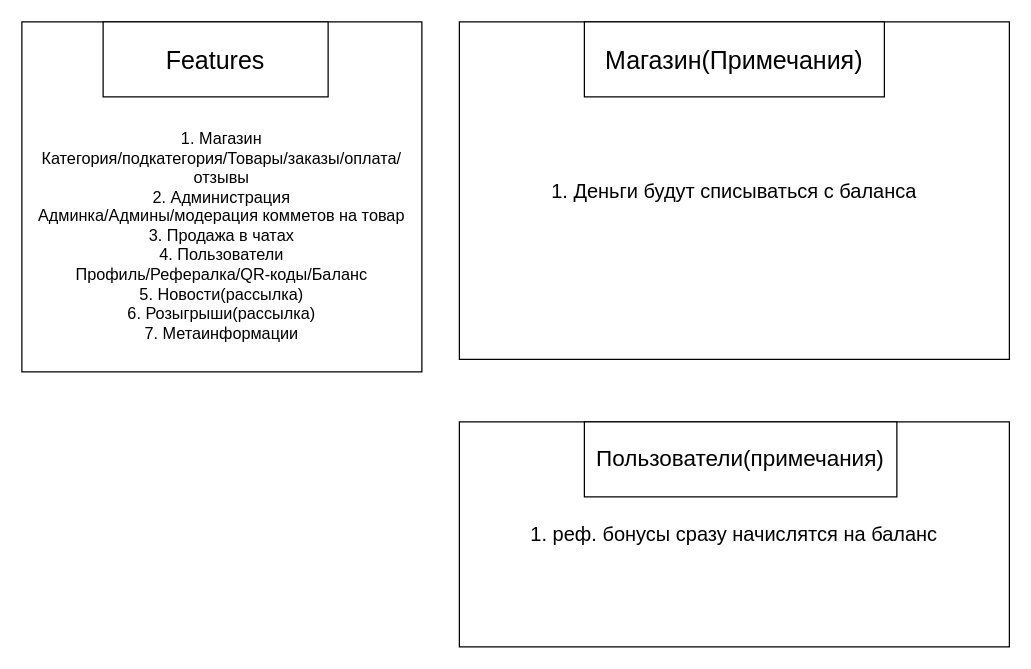
Before: online_store_bot.drawio in Astro-edu-python/online_store_bot, a draw.io diagram. Source tidied: cells renumbered, new cells numbered last; positions are measured from the earlier drawing's top-left corner, leaving out a move shared by most shapes. Both pictures are drawn from the tidied source at 125%, with x=0, y=0 at pixel (21, 21).
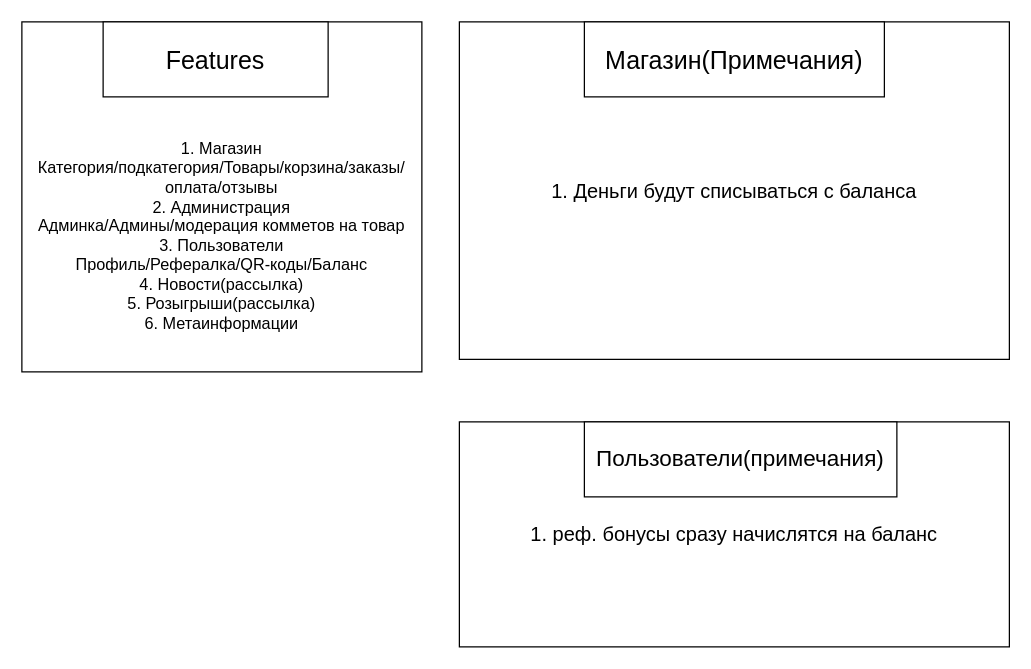
Above is the later version.

What changed in the source:
```diff
@@
 <mxGraphModel>
   <root>
     <mxCell id="0" />
     <mxCell id="1" parent="0" />
-    <mxCell id="2" value="&lt;div style=&quot;font-size: 13px;&quot;&gt;&lt;font style=&quot;font-size: 13px;&quot;&gt;&lt;br&gt;&lt;/font&gt;&lt;/div&gt;&lt;div style=&quot;font-size: 13px;&quot;&gt;&lt;font style=&quot;font-size: 13px;&quot;&gt;&lt;br&gt;&lt;/font&gt;&lt;/div&gt;&lt;div style=&quot;font-size: 13px;&quot;&gt;&lt;font style=&quot;font-size: 13px;&quot;&gt;&lt;br&gt;&lt;/font&gt;&lt;/div&gt;&lt;div style=&quot;font-size: 13px;&quot;&gt;&lt;font style=&quot;font-size: 13px;&quot;&gt;&lt;br&gt;&lt;/font&gt;&lt;/div&gt;&lt;div style=&quot;font-size: 13px;&quot;&gt;&lt;font style=&quot;font-size: 13px;&quot;&gt;1. Магазин&lt;/font&gt;&lt;/div&gt;&lt;div style=&quot;font-size: 13px;&quot;&gt;&lt;font style=&quot;font-size: 13px;&quot;&gt;Категория/подкатегория/Товары/заказы/оплата/отзывы&lt;/font&gt;&lt;/div&gt;&lt;div style=&quot;font-size: 13px;&quot;&gt;&lt;font style=&quot;font-size: 13px;&quot;&gt;2. Администрация&lt;/font&gt;&lt;/div&gt;&lt;div style=&quot;font-size: 13px;&quot;&gt;&lt;font style=&quot;font-size: 13px;&quot;&gt;Админка/Админы/модерация комметов на товар&lt;/font&gt;&lt;/div&gt;&lt;div style=&quot;font-size: 13px;&quot;&gt;&lt;font style=&quot;font-size: 13px;&quot;&gt;3. Продажа в чатах&lt;/font&gt;&lt;/div&gt;&lt;div style=&quot;font-size: 13px;&quot;&gt;&lt;font style=&quot;font-size: 13px;&quot;&gt;4. Пользователи&lt;/font&gt;&lt;/div&gt;&lt;div style=&quot;font-size: 13px;&quot;&gt;&lt;font style=&quot;font-size: 13px;&quot;&gt;Профиль/Рефералка/QR-коды/Баланс&lt;/font&gt;&lt;/div&gt;&lt;div style=&quot;font-size: 13px;&quot;&gt;&lt;font style=&quot;font-size: 13px;&quot;&gt;5. Новости(рассылка)&lt;/font&gt;&lt;/div&gt;&lt;div style=&quot;font-size: 13px;&quot;&gt;&lt;font style=&quot;font-size: 13px;&quot;&gt;6. Розыгрыши(рассылка)&lt;/font&gt;&lt;/div&gt;&lt;div style=&quot;font-size: 13px;&quot;&gt;&lt;font style=&quot;font-size: 13px;&quot;&gt;&lt;font style=&quot;font-size: 13px;&quot;&gt;7. Метаинформации&lt;/font&gt;&lt;font style=&quot;font-size: 13px;&quot;&gt;&lt;br&gt;&lt;/font&gt;&lt;/font&gt;&lt;/div&gt;" style="rounded=0;whiteSpace=wrap;html=1;fillColor=default;shadow=0;glass=0;noLabel=0;verticalAlign=middle;align=center;labelBackgroundColor=none;" parent="1" vertex="1">
+    <mxCell id="2" value="&lt;div style=&quot;font-size: 13px;&quot;&gt;&lt;font style=&quot;font-size: 13px;&quot;&gt;&lt;br&gt;&lt;/font&gt;&lt;/div&gt;&lt;div style=&quot;font-size: 13px;&quot;&gt;&lt;font style=&quot;font-size: 13px;&quot;&gt;&lt;br&gt;&lt;/font&gt;&lt;/div&gt;&lt;div style=&quot;font-size: 13px;&quot;&gt;&lt;font style=&quot;font-size: 13px;&quot;&gt;&lt;br&gt;&lt;/font&gt;&lt;/div&gt;&lt;div style=&quot;font-size: 13px;&quot;&gt;&lt;font style=&quot;font-size: 13px;&quot;&gt;&lt;br&gt;&lt;/font&gt;&lt;/div&gt;&lt;div style=&quot;font-size: 13px;&quot;&gt;&lt;font style=&quot;font-size: 13px;&quot;&gt;1. Магазин&lt;/font&gt;&lt;/div&gt;&lt;div style=&quot;font-size: 13px;&quot;&gt;&lt;font style=&quot;font-size: 13px;&quot;&gt;Категория/подкатегория/Товары/корзина/заказы/оплата/отзывы&lt;/font&gt;&lt;/div&gt;&lt;div style=&quot;font-size: 13px;&quot;&gt;&lt;font style=&quot;font-size: 13px;&quot;&gt;2. Администрация&lt;/font&gt;&lt;/div&gt;&lt;div style=&quot;font-size: 13px;&quot;&gt;&lt;font style=&quot;font-size: 13px;&quot;&gt;Админка/Админы/модерация комметов на товар&lt;/font&gt;&lt;/div&gt;&lt;div style=&quot;font-size: 13px;&quot;&gt;&lt;font style=&quot;font-size: 13px;&quot;&gt;3. Пользователи&lt;/font&gt;&lt;/div&gt;&lt;div style=&quot;font-size: 13px;&quot;&gt;&lt;font style=&quot;font-size: 13px;&quot;&gt;Профиль/Рефералка/QR-коды/Баланс&lt;/font&gt;&lt;/div&gt;&lt;div style=&quot;font-size: 13px;&quot;&gt;&lt;font style=&quot;font-size: 13px;&quot;&gt;4. Новости(рассылка)&lt;/font&gt;&lt;/div&gt;&lt;div style=&quot;font-size: 13px;&quot;&gt;&lt;font style=&quot;font-size: 13px;&quot;&gt;5. Розыгрыши(рассылка)&lt;/font&gt;&lt;/div&gt;&lt;div style=&quot;font-size: 13px;&quot;&gt;&lt;font style=&quot;font-size: 13px;&quot;&gt;&lt;font style=&quot;font-size: 13px;&quot;&gt;6. Метаинформации&lt;/font&gt;&lt;font style=&quot;font-size: 13px;&quot;&gt;&lt;br&gt;&lt;/font&gt;&lt;/font&gt;&lt;/div&gt;" style="rounded=0;whiteSpace=wrap;html=1;fillColor=default;shadow=0;glass=0;noLabel=0;verticalAlign=middle;align=center;labelBackgroundColor=none;" parent="1" vertex="1">
       <mxGeometry width="320" height="280" as="geometry" />
     </mxCell>
     <mxCell id="3" value="Features" style="rounded=0;whiteSpace=wrap;html=1;fontSize=20;" parent="1" vertex="1">
       <mxGeometry x="65" width="180" height="60" as="geometry" />
     </mxCell>
     <mxCell id="4" value="&lt;font style=&quot;font-size: 16px;&quot;&gt;1. Деньги будут списываться с баланса&lt;/font&gt;" style="rounded=0;whiteSpace=wrap;html=1;fontSize=16;align=center;" parent="1" vertex="1">
       <mxGeometry x="350" width="440" height="270" as="geometry" />
     </mxCell>
     <mxCell id="5" value="Магазин(Примечания)" style="rounded=0;whiteSpace=wrap;html=1;fontSize=20;" parent="1" vertex="1">
       <mxGeometry x="450" width="240" height="60" as="geometry" />
     </mxCell>
     <mxCell id="6" value="1. реф. бонусы сразу начислятся на баланс" style="rounded=0;whiteSpace=wrap;html=1;fontSize=16;" parent="1" vertex="1">
       <mxGeometry x="350" y="320" width="440" height="180" as="geometry" />
     </mxCell>
     <mxCell id="7" value="Пользователи(примечания)" style="rounded=0;whiteSpace=wrap;html=1;fontSize=18;" parent="1" vertex="1">
       <mxGeometry x="450" y="320" width="250" height="60" as="geometry" />
     </mxCell>
   </root>
 </mxGraphModel>
```
